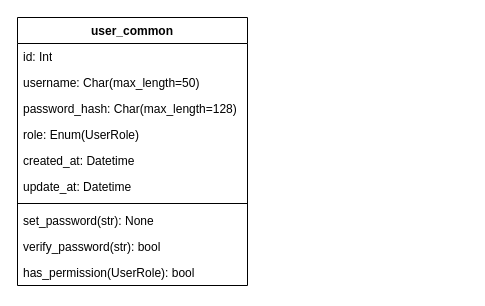
This is 项目设计/模型设计/用户基类模型.drawio from Z321T/LuminoEdu, a draw.io file, before an edit. Source tidied: cells renumbered, new cells numbered last; positions are measured from the earlier drawing's top-left corner, leaving out a move shared by most shapes. Both pictures are drawn from the tidied source at 100%, with x=0, y=0 at pixel (17, 17).
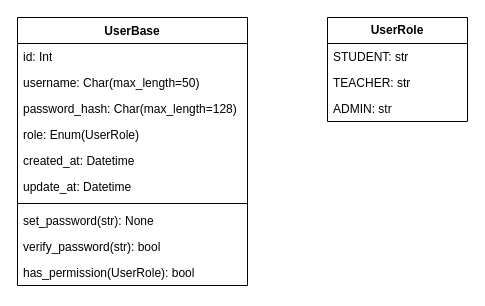
The same diagram, later.

Diff of the diagram source:
```diff
@@
 <mxGraphModel>
   <root>
     <mxCell id="0" />
     <mxCell id="1" parent="0" />
-    <mxCell id="2" value="user_common" style="swimlane;fontStyle=1;align=center;verticalAlign=top;horizontal=1;startSize=26;whiteSpace=wrap;html=1;" parent="1" vertex="1">
+    <mxCell id="2" value="UserBase" style="swimlane;fontStyle=1;align=center;verticalAlign=top;horizontal=1;startSize=26;whiteSpace=wrap;html=1;" parent="1" vertex="1">
       <mxGeometry width="230" height="268" as="geometry" />
     </mxCell>
     <mxCell id="3" value="id: Int" style="text;strokeColor=none;fillColor=none;align=left;verticalAlign=top;spacingLeft=4;spacingRight=4;overflow=hidden;whiteSpace=wrap;html=1;" parent="2" vertex="1">
       <mxGeometry y="26" width="230" height="26" as="geometry" />
     </mxCell>
     <mxCell id="4" value="username: Char(max_length=50)" style="text;strokeColor=none;fillColor=none;align=left;verticalAlign=top;spacingLeft=4;spacingRight=4;overflow=hidden;whiteSpace=wrap;html=1;" parent="2" vertex="1">
       <mxGeometry y="52" width="230" height="26" as="geometry" />
     </mxCell>
     <mxCell id="5" value="password_hash: Char(max_length=128)" style="text;strokeColor=none;fillColor=none;align=left;verticalAlign=top;spacingLeft=4;spacingRight=4;overflow=hidden;whiteSpace=wrap;html=1;" parent="2" vertex="1">
       <mxGeometry y="78" width="230" height="26" as="geometry" />
     </mxCell>
     <mxCell id="6" value="role: Enum(UserRole)" style="text;strokeColor=none;fillColor=none;align=left;verticalAlign=top;spacingLeft=4;spacingRight=4;overflow=hidden;whiteSpace=wrap;html=1;" parent="2" vertex="1">
       <mxGeometry y="104" width="230" height="26" as="geometry" />
     </mxCell>
     <mxCell id="7" value="created_at: Datetime" style="text;strokeColor=none;fillColor=none;align=left;verticalAlign=top;spacingLeft=4;spacingRight=4;overflow=hidden;whiteSpace=wrap;html=1;" parent="2" vertex="1">
       <mxGeometry y="130" width="230" height="26" as="geometry" />
     </mxCell>
     <mxCell id="8" value="update_at: Datetime" style="text;strokeColor=none;fillColor=none;align=left;verticalAlign=top;spacingLeft=4;spacingRight=4;overflow=hidden;whiteSpace=wrap;html=1;" parent="2" vertex="1">
       <mxGeometry y="156" width="230" height="26" as="geometry" />
     </mxCell>
     <mxCell id="9" style="line;strokeWidth=1;fillColor=none;align=left;verticalAlign=middle;spacingTop=-1;spacingLeft=3;spacingRight=3;labelPosition=right;strokeColor=inherit;" parent="2" vertex="1">
       <mxGeometry y="182" width="230" height="8" as="geometry" />
     </mxCell>
     <mxCell id="10" value="set_password(str): None" style="text;strokeColor=none;fillColor=none;align=left;verticalAlign=top;spacingLeft=4;spacingRight=4;overflow=hidden;whiteSpace=wrap;html=1;" parent="2" vertex="1">
       <mxGeometry y="190" width="230" height="26" as="geometry" />
     </mxCell>
     <mxCell id="11" value="verify_password(str): bool" style="text;strokeColor=none;fillColor=none;align=left;verticalAlign=top;spacingLeft=4;spacingRight=4;overflow=hidden;whiteSpace=wrap;html=1;" parent="2" vertex="1">
       <mxGeometry y="216" width="230" height="26" as="geometry" />
     </mxCell>
     <mxCell id="12" value="has_permission(UserRole): bool" style="text;strokeColor=none;fillColor=none;align=left;verticalAlign=top;spacingLeft=4;spacingRight=4;overflow=hidden;whiteSpace=wrap;html=1;" parent="2" vertex="1">
       <mxGeometry y="242" width="230" height="26" as="geometry" />
     </mxCell>
+    <mxCell id="13" value="&lt;b&gt;UserRole&lt;/b&gt;" style="swimlane;fontStyle=0;horizontal=1;startSize=26;fillColor=none;whiteSpace=wrap;html=1;" parent="1" vertex="1">
+      <mxGeometry x="310" width="140" height="104" as="geometry" />
+    </mxCell>
+    <mxCell id="14" value="STUDENT: str" style="text;strokeColor=none;fillColor=none;align=left;verticalAlign=top;spacingLeft=4;spacingRight=4;overflow=hidden;whiteSpace=wrap;html=1;" parent="13" vertex="1">
+      <mxGeometry y="26" width="140" height="26" as="geometry" />
+    </mxCell>
+    <mxCell id="15" value="TEACHER: str" style="text;strokeColor=none;fillColor=none;align=left;verticalAlign=top;spacingLeft=4;spacingRight=4;overflow=hidden;whiteSpace=wrap;html=1;" parent="13" vertex="1">
+      <mxGeometry y="52" width="140" height="26" as="geometry" />
+    </mxCell>
+    <mxCell id="16" value="ADMIN: str" style="text;strokeColor=none;fillColor=none;align=left;verticalAlign=top;spacingLeft=4;spacingRight=4;overflow=hidden;whiteSpace=wrap;html=1;" parent="13" vertex="1">
+      <mxGeometry y="78" width="140" height="26" as="geometry" />
+    </mxCell>
   </root>
 </mxGraphModel>
```
